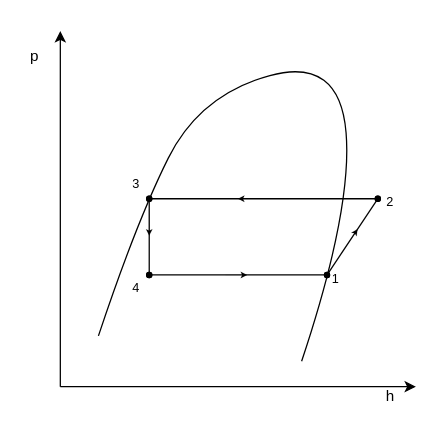
This is Graphics/p-h_diagram_std.drawio from kasperlaustsen/CA8_Writings, a draw.io file, before an edit. Source tidied: cells renumbered, new cells numbered last; positions are measured from the earlier drawing's top-left corner, leaving out a move shared by most shapes. Both pictures are drawn from the tidied source at 127%, with x=0, y=0 at pixel (22, 30).
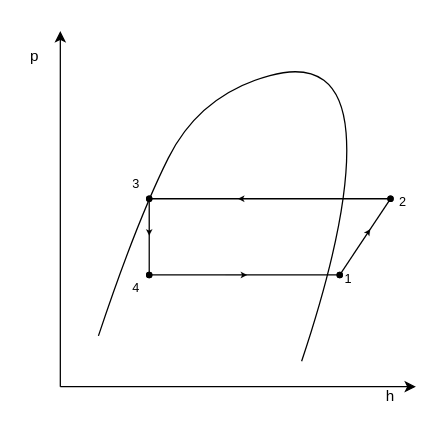
The same diagram, later.

Commit message:
Update p-h_diagram_std.drawio to include superheat

Change to the diagram source:
```diff
@@
     <mxCell id="7" style="endArrow=oval;html=1;rounded=0;curved=1;endFill=1;startArrow=oval;startFill=1;endSize=4;startSize=4;" parent="1" edge="1">
       <mxGeometry relative="1" as="geometry">
         <mxPoint x="100" y="132" as="sourcePoint" />
-        <mxPoint x="280" y="132" as="targetPoint" />
+        <mxPoint x="290" y="132" as="targetPoint" />
       </mxGeometry>
     </mxCell>
@@
-    <mxCell id="9" style="endArrow=oval;html=1;rounded=0;curved=1;endFill=1;startArrow=oval;startFill=1;endSize=4;startSize=4;" parent="1" edge="1">
+    <mxCell id="9" style="endArrow=oval;html=1;rounded=0;curved=1;endFill=1;startArrow=oval;startFill=1;endSize=4;startSize=4;entryX=0.15;entryY=0.35;entryDx=0;entryDy=0;entryPerimeter=0;" parent="1" edge="1" target="15">
       <mxGeometry relative="1" as="geometry">
         <mxPoint x="100" y="192" as="sourcePoint" />
-        <mxPoint x="240" y="192" as="targetPoint" />
       </mxGeometry>
     </mxCell>
     <mxCell id="10" style="endArrow=oval;html=1;rounded=0;curved=1;endFill=1;startArrow=oval;startFill=1;endSize=4;startSize=4;" parent="1" edge="1">
       <mxGeometry relative="1" as="geometry">
-        <mxPoint x="280" y="132" as="sourcePoint" />
-        <mxPoint x="240" y="192" as="targetPoint" />
+        <mxPoint x="290" y="132" as="sourcePoint" />
+        <mxPoint x="250" y="192" as="targetPoint" />
       </mxGeometry>
     </mxCell>
@@
     <mxCell id="13" style="endArrow=classic;html=1;rounded=0;endSize=5;strokeWidth=0;" parent="1" edge="1">
       <mxGeometry relative="1" as="geometry">
-        <mxPoint x="251" y="175" as="sourcePoint" />
-        <mxPoint x="264" y="156" as="targetPoint" />
+        <mxPoint x="261" y="175" as="sourcePoint" />
+        <mxPoint x="274" y="156" as="targetPoint" />
       </mxGeometry>
     </mxCell>
@@
     <mxCell id="15" value="&lt;font style=&quot;font-size: 10px&quot;&gt;1&lt;/font&gt;" style="text;html=1;strokeColor=none;fillColor=none;align=center;verticalAlign=middle;whiteSpace=wrap;rounded=0;" parent="1" vertex="1">
-      <mxGeometry x="237" y="185" width="20" height="20" as="geometry" />
+      <mxGeometry x="247" y="185" width="20" height="20" as="geometry" />
     </mxCell>
@@
     <mxCell id="17" value="&lt;font style=&quot;font-size: 10px&quot;&gt;2&lt;/font&gt;" style="text;html=1;strokeColor=none;fillColor=none;align=center;verticalAlign=middle;whiteSpace=wrap;rounded=0;" parent="1" vertex="1">
-      <mxGeometry x="285" y="129" width="10" height="10" as="geometry" />
+      <mxGeometry x="295" y="129" width="10" height="10" as="geometry" />
     </mxCell>
```
